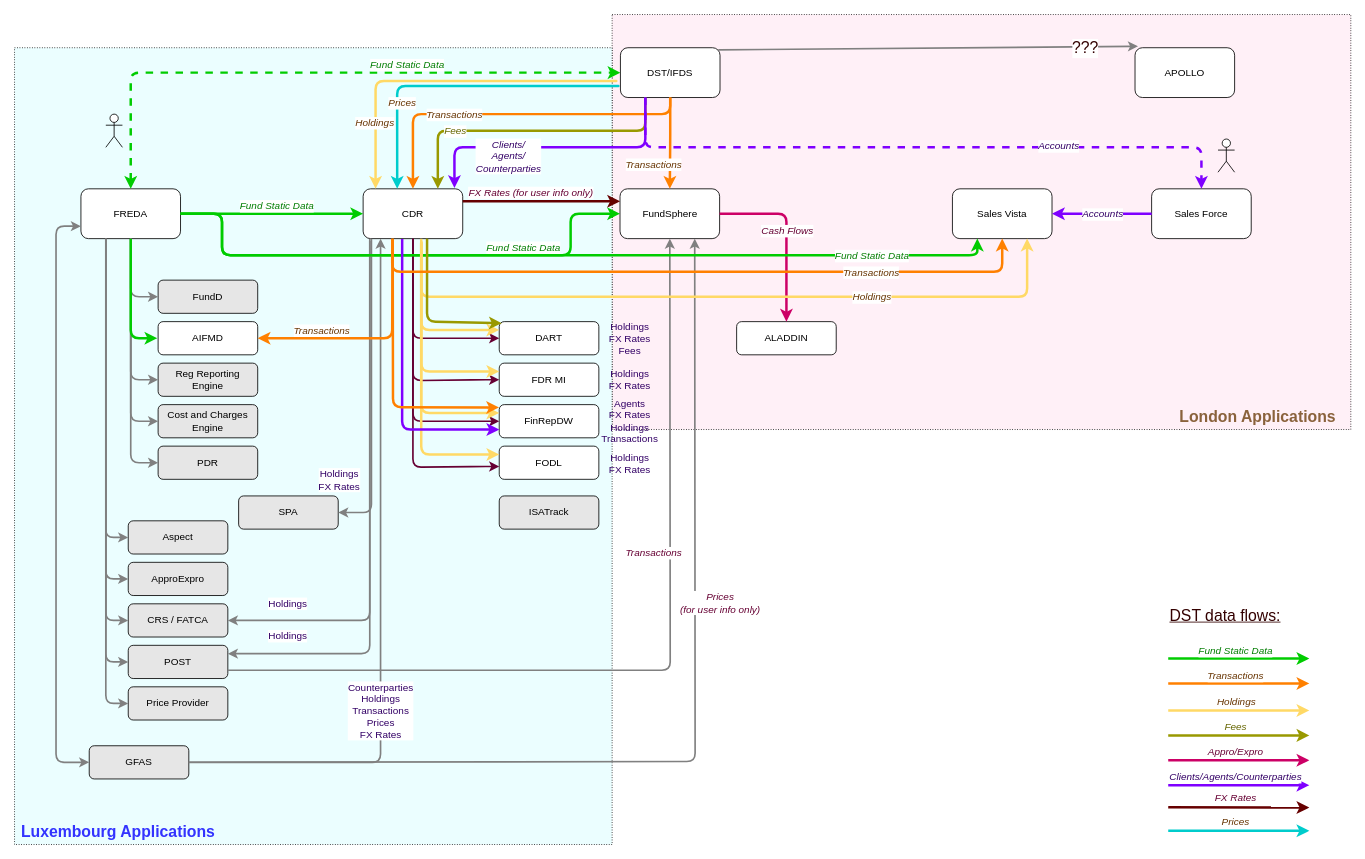
Above: GOS TA data flows.drawio in rodinan/Price-Provider (draw.io), before the change. Source tidied: cells renumbered, new cells numbered last; positions are measured from the earlier drawing's top-left corner, leaving out a move shared by most shapes. Both pictures are drawn from the tidied source at 83%, with x=0, y=0 at pixel (14, 14).
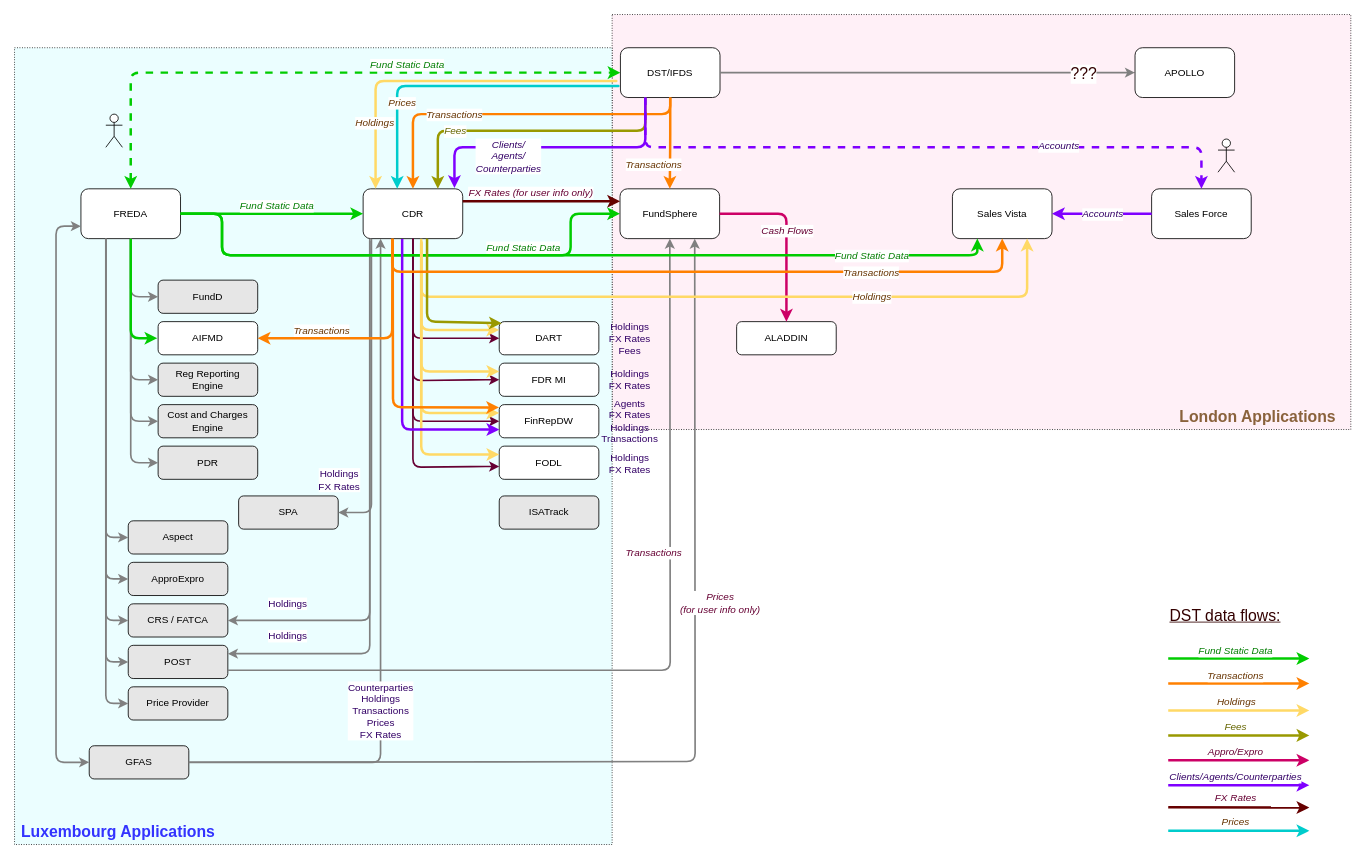
The same page after the edit.

Unchanged cells that the change refers to:
```xml
<mxCell id="4" value="DST/IFDS" style="rounded=1;whiteSpace=wrap;html=1;" parent="1" vertex="1">
  <mxGeometry x="730" y="40" width="120" height="60" as="geometry" />
</mxCell>
<mxCell id="118" value="APOLLO" style="rounded=1;whiteSpace=wrap;html=1;" parent="1" vertex="1">
  <mxGeometry x="1350" y="40" width="120" height="60" as="geometry" />
</mxCell>
```

What changed in the source:
```diff
@@
-    <mxCell id="80" style="endArrow=classic;html=1;strokeColor=#808080;strokeWidth=2;entryX=0.03;entryY=-0.029;entryDx=0;entryDy=0;exitX=0.982;exitY=0.043;exitDx=0;exitDy=0;exitPerimeter=0;entryPerimeter=0;" parent="1" edge="1" source="4" target="118">
+    <mxCell id="80" style="endArrow=classic;html=1;strokeColor=#808080;strokeWidth=2;entryX=0;entryY=0.5;entryDx=0;entryDy=0;exitX=1;exitY=0.5;exitDx=0;exitDy=0;" parent="1" edge="1" source="4" target="118">
       <mxGeometry relative="1" as="geometry" />
     </mxCell>
```
